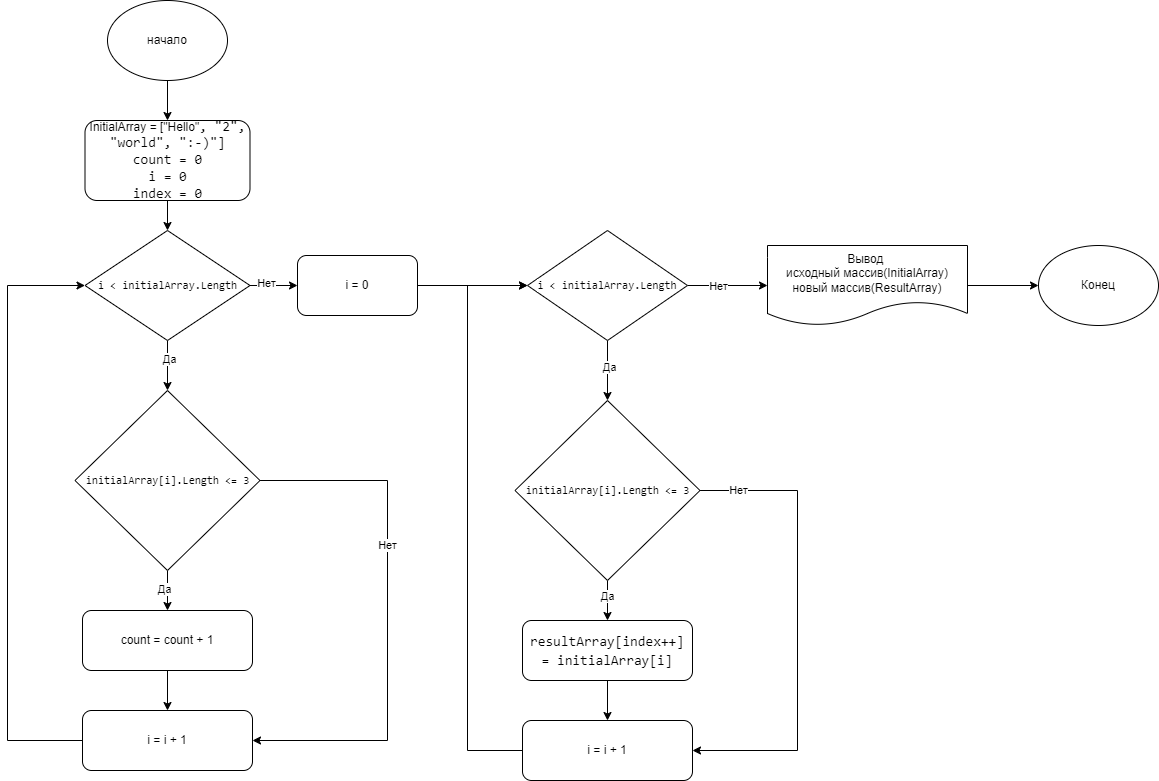
olegsun2001/attestat keeps this draw.io diagram as algoritm.drawio.png. Above is the earlier version. Source tidied: cells renumbered, new cells last; positions are measured from the earlier drawing's top-left corner, leaving out a move shared by most shapes.
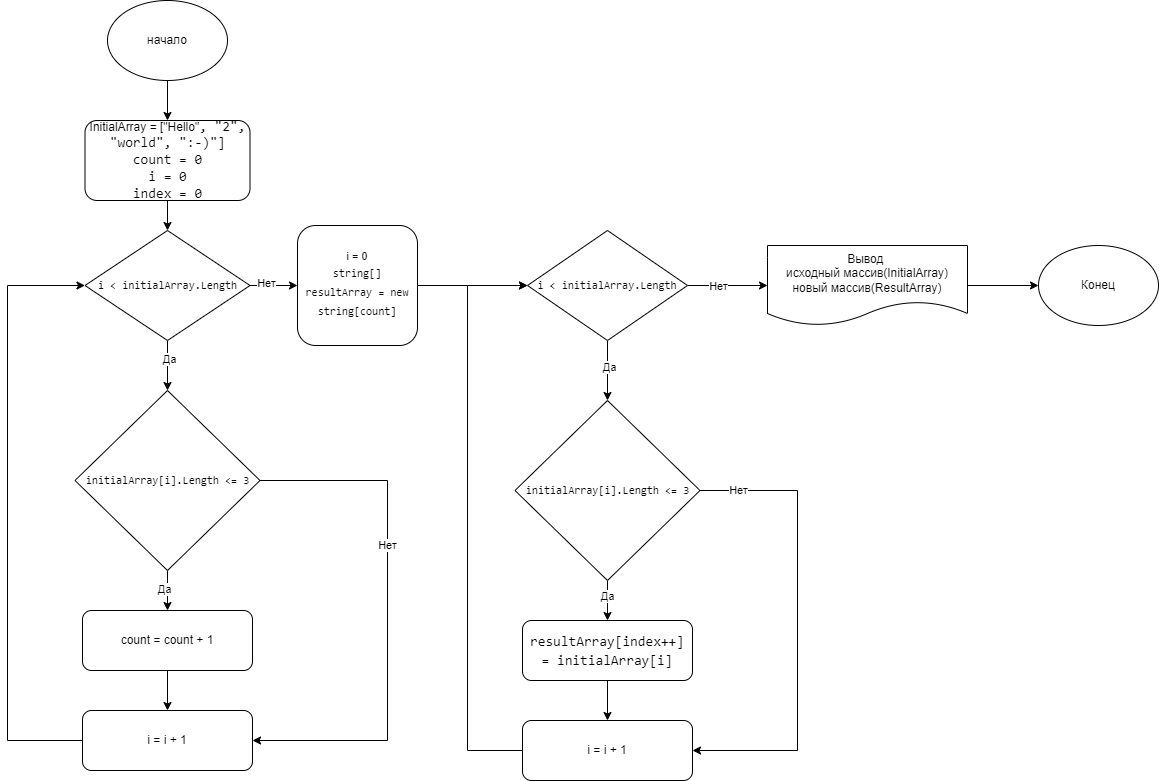
Later version of the same file.

What changed in the source:
```diff
@@ -97,8 +97,8 @@
     <mxCell id="28" style="edgeStyle=orthogonalEdgeStyle;rounded=0;jettySize=auto;html=1;" parent="1" edge="1" source="29" target="27">
       <mxGeometry relative="1" as="geometry" />
     </mxCell>
-    <mxCell id="29" value="i = 0" style="rounded=1;whiteSpace=wrap;html=1;" parent="1" vertex="1">
-      <mxGeometry x="290" y="255" width="120" height="60" as="geometry" />
+    <mxCell id="29" value="i = 0&lt;br style=&quot;font-size: 11px;&quot;&gt;&lt;div style=&quot;font-family: Consolas, &amp;quot;Courier New&amp;quot;, monospace; font-size: 11px; line-height: 19px;&quot;&gt;string[] &lt;span style=&quot;font-size: 11px;&quot;&gt;resultArray&lt;/span&gt; &lt;span style=&quot;font-size: 11px;&quot;&gt;=&lt;/span&gt; &lt;span style=&quot;font-size: 11px;&quot;&gt;new&lt;/span&gt; &lt;span style=&quot;font-size: 11px;&quot;&gt;string&lt;/span&gt;[&lt;span style=&quot;font-size: 11px;&quot;&gt;count&lt;/span&gt;]&lt;/div&gt;" style="rounded=1;whiteSpace=wrap;html=1;fontColor=default;labelBackgroundColor=default;fontSize=11;" parent="1" vertex="1">
+      <mxGeometry x="290" y="225" width="120" height="120" as="geometry" />
     </mxCell>
     <mxCell id="30" style="edgeStyle=orthogonalEdgeStyle;rounded=0;jettySize=auto;html=1;exitX=1;exitY=0.5;exitDx=0;exitDy=0;entryX=1;entryY=0.5;entryDx=0;entryDy=0;" parent="1" edge="1" source="34" target="38">
       <mxGeometry relative="1" as="geometry">
```
